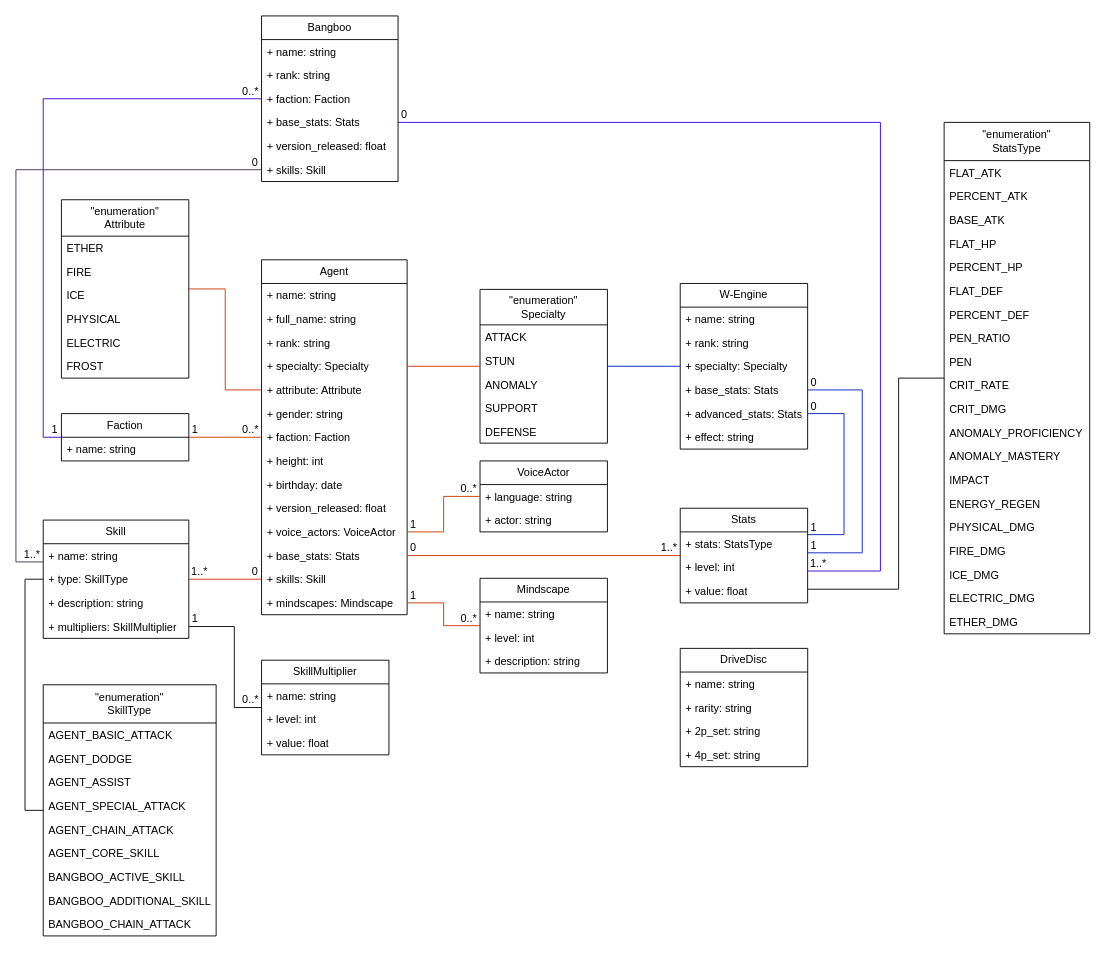
Before: assets/class_diagram.drawio in GaruXer/api.zenless-zone-zero, a draw.io diagram. Source tidied: cells renumbered, new cells numbered last; positions are measured from the earlier drawing's top-left corner, leaving out a move shared by most shapes. Both pictures are drawn from the tidied source at 91%, with x=0, y=0 at pixel (15, 15).
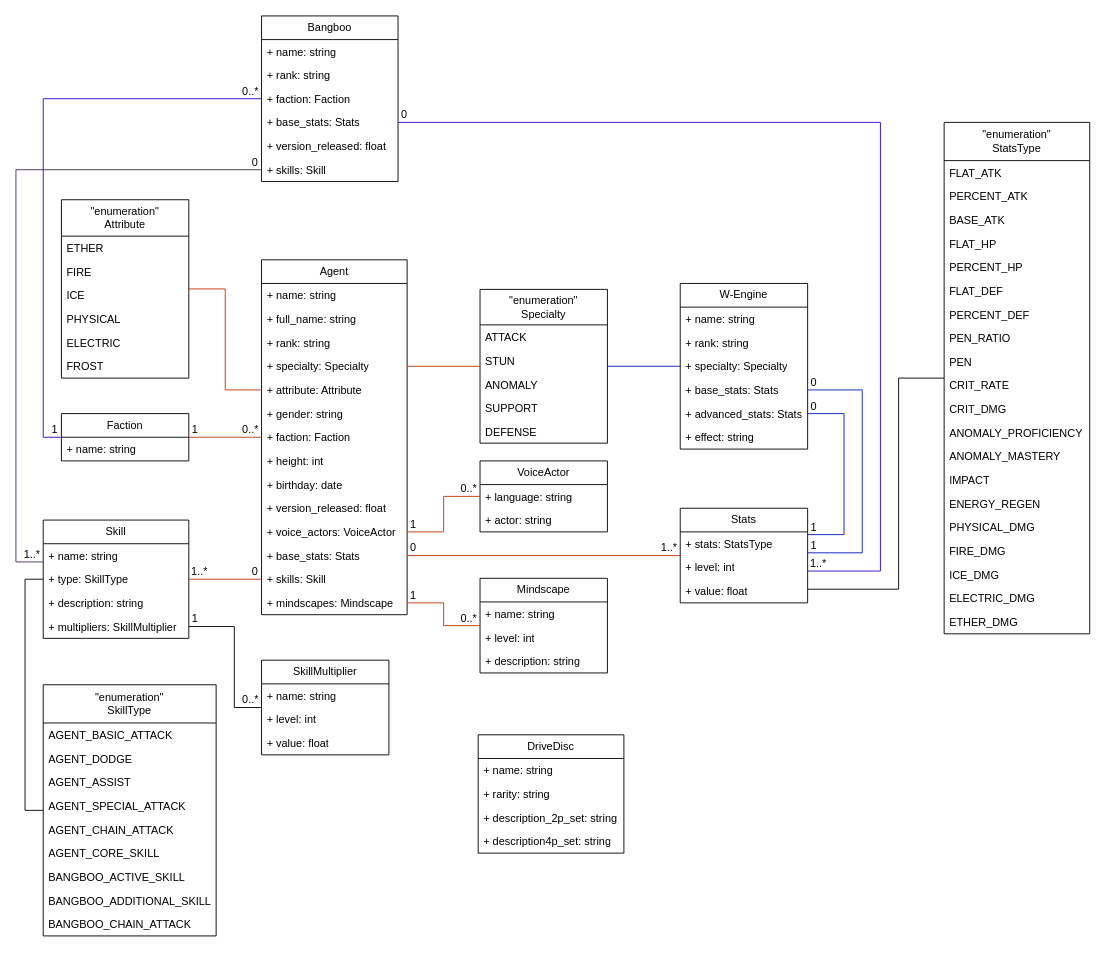
The same page after the edit.

Commit message (it also covers changes not shown here):
feat: create all schemas

Change to the diagram source:
```diff
@@
     <mxCell id="31" value="DriveDisc" style="swimlane;fontStyle=0;horizontal=1;startSize=26;fillColor=none;whiteSpace=wrap;html=1;" parent="1" vertex="1">
-      <mxGeometry x="730" y="695" width="140.1" height="130" as="geometry" />
+      <mxGeometry x="508" y="790" width="160.1" height="130" as="geometry" />
     </mxCell>
     <mxCell id="32" value="+ name: string" style="text;strokeColor=none;fillColor=none;align=left;verticalAlign=top;spacingLeft=4;spacingRight=4;overflow=hidden;whiteSpace=wrap;html=1;" parent="31" vertex="1">
-      <mxGeometry y="26" width="140.1" height="26" as="geometry" />
+      <mxGeometry y="26" width="160.1" height="26" as="geometry" />
     </mxCell>
     <mxCell id="33" value="+ rarity: string" style="text;strokeColor=none;fillColor=none;align=left;verticalAlign=top;spacingLeft=4;spacingRight=4;overflow=hidden;whiteSpace=wrap;html=1;" parent="31" vertex="1">
-      <mxGeometry y="52" width="140.1" height="26" as="geometry" />
+      <mxGeometry y="52" width="160.1" height="26" as="geometry" />
     </mxCell>
-    <mxCell id="34" value="+ 2p_set: string" style="text;strokeColor=none;fillColor=none;align=left;verticalAlign=top;spacingLeft=4;spacingRight=4;overflow=hidden;whiteSpace=wrap;html=1;" parent="31" vertex="1">
-      <mxGeometry y="78" width="140.1" height="26" as="geometry" />
+    <mxCell id="34" value="+ description_2p_set: string" style="text;strokeColor=none;fillColor=none;align=left;verticalAlign=top;spacingLeft=4;spacingRight=4;overflow=hidden;whiteSpace=wrap;html=1;" parent="31" vertex="1">
+      <mxGeometry y="78" width="160.1" height="26" as="geometry" />
     </mxCell>
-    <mxCell id="35" value="+ 4p_set: string" style="text;strokeColor=none;fillColor=none;align=left;verticalAlign=top;spacingLeft=4;spacingRight=4;overflow=hidden;whiteSpace=wrap;html=1;" parent="31" vertex="1">
-      <mxGeometry y="104" width="140.1" height="26" as="geometry" />
+    <mxCell id="35" value="+ description4p_set: string" style="text;strokeColor=none;fillColor=none;align=left;verticalAlign=top;spacingLeft=4;spacingRight=4;overflow=hidden;whiteSpace=wrap;html=1;" parent="31" vertex="1">
+      <mxGeometry y="104" width="160.1" height="26" as="geometry" />
     </mxCell>
```
